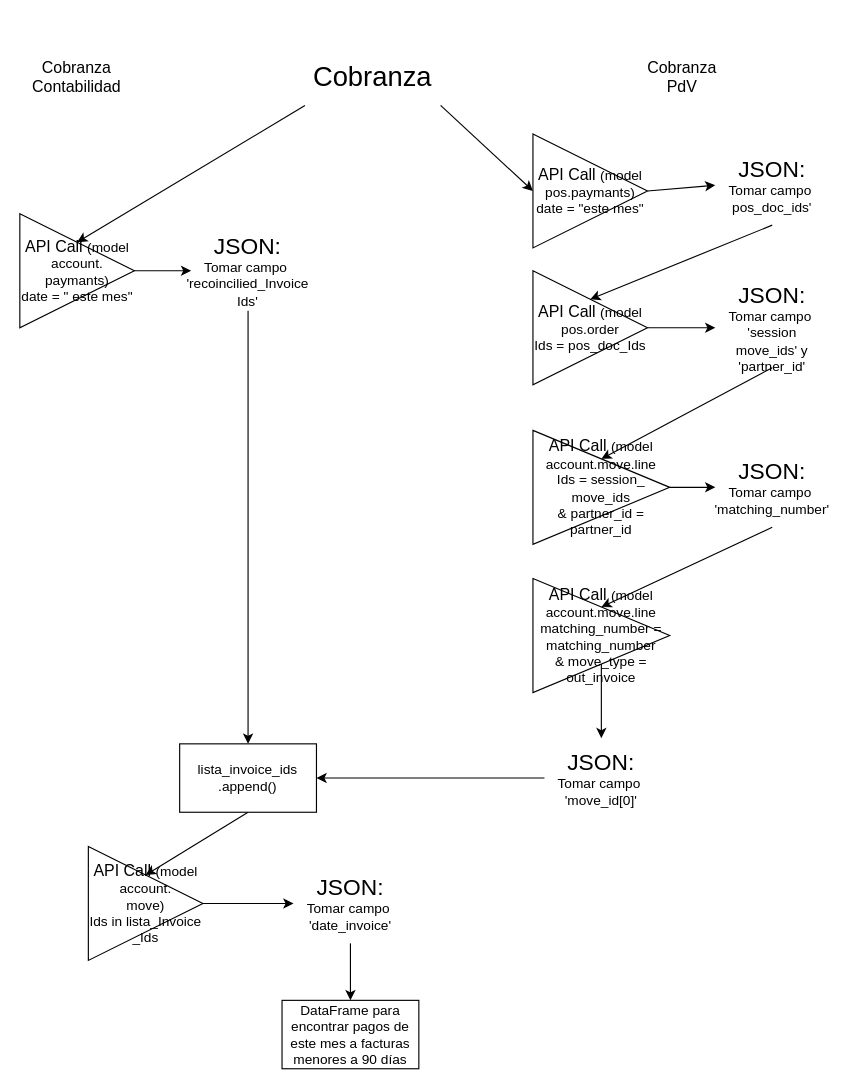
The draw.io diagram page "Cobranza" (3 of 3) of Algoritmo.drawio in ecostichp/odoo_comisiones, before the edit. Source tidied: cells renumbered, new cells numbered last; positions are measured from the earlier drawing's top-left corner, leaving out a move shared by most shapes. Both pictures are drawn from the tidied source at 114%, with x=0, y=0 at pixel (19, 19).
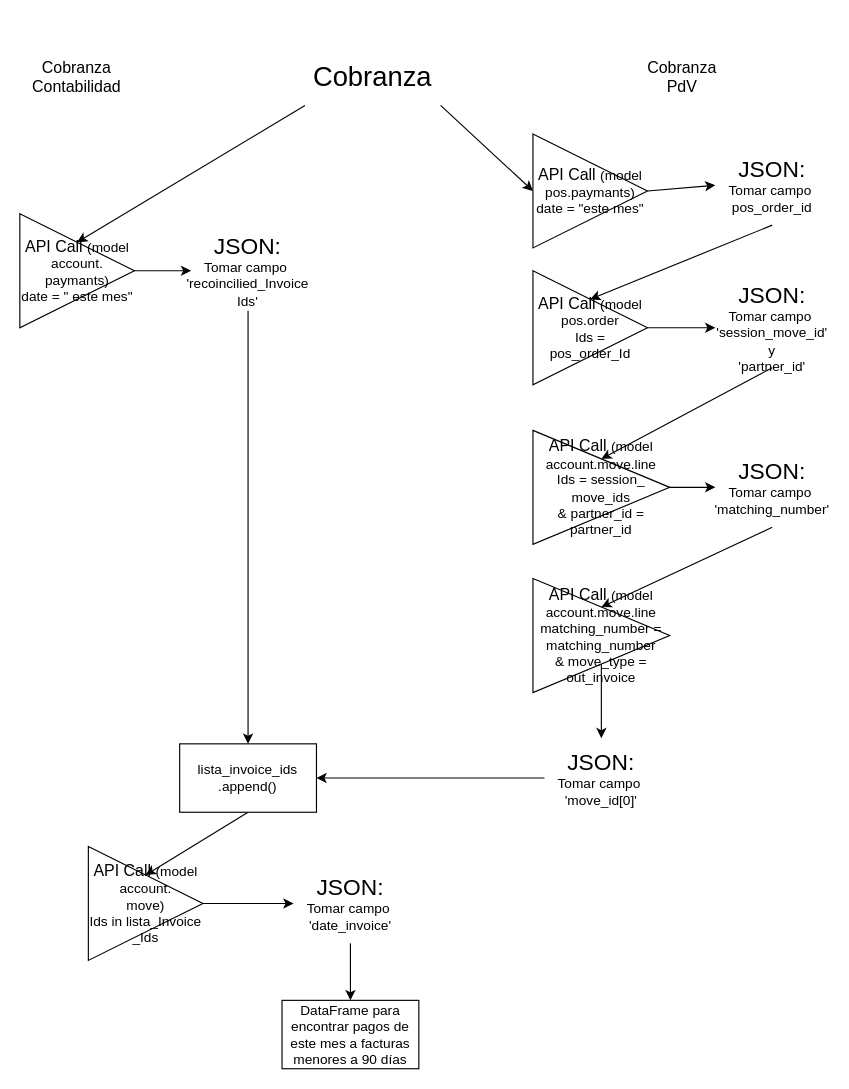
After the change.

The edit, as a diff of the source:
```diff
@@
-    <mxCell id="11" value="&lt;font style=&quot;font-size: 14px;&quot;&gt;API Call&amp;nbsp;&lt;/font&gt;(model pos.order&lt;br&gt;Ids = pos_doc_Ids" style="triangle;whiteSpace=wrap;html=1;fontSize=12;" parent="1" vertex="1">
+    <mxCell id="11" value="&lt;font style=&quot;font-size: 14px;&quot;&gt;API Call&amp;nbsp;&lt;/font&gt;(model pos.order&lt;br&gt;Ids = pos_order_Id" style="triangle;whiteSpace=wrap;html=1;fontSize=12;" parent="1" vertex="1">
       <mxGeometry x="450" y="220" width="100.5" height="100" as="geometry" />
     </mxCell>
@@
-    <mxCell id="19" value="&lt;font style=&quot;&quot;&gt;&lt;span style=&quot;font-size: 20px;&quot;&gt;JSON:&lt;/span&gt;&lt;br&gt;&lt;font style=&quot;font-size: 12px;&quot;&gt;Tomar campo&amp;nbsp; pos_doc_ids'&lt;/font&gt;&lt;br&gt;&lt;/font&gt;" style="text;html=1;strokeColor=none;fillColor=none;align=center;verticalAlign=middle;whiteSpace=wrap;rounded=0;" parent="1" vertex="1">
+    <mxCell id="19" value="&lt;font style=&quot;&quot;&gt;&lt;span style=&quot;font-size: 20px;&quot;&gt;JSON:&lt;/span&gt;&lt;br&gt;&lt;font style=&quot;font-size: 12px;&quot;&gt;Tomar campo&amp;nbsp; pos_order_id&lt;/font&gt;&lt;br&gt;&lt;/font&gt;" style="text;html=1;strokeColor=none;fillColor=none;align=center;verticalAlign=middle;whiteSpace=wrap;rounded=0;" parent="1" vertex="1">
       <mxGeometry x="610" y="110" width="99.8" height="70" as="geometry" />
     </mxCell>
@@
-    <mxCell id="24" value="&lt;font style=&quot;&quot;&gt;&lt;span style=&quot;font-size: 20px;&quot;&gt;JSON:&lt;/span&gt;&lt;br&gt;&lt;font style=&quot;font-size: 12px;&quot;&gt;Tomar campo&amp;nbsp; 'session move_ids' y&lt;br&gt;&lt;/font&gt;'partner_id'&lt;br&gt;&lt;/font&gt;" style="text;html=1;strokeColor=none;fillColor=none;align=center;verticalAlign=middle;whiteSpace=wrap;rounded=0;" parent="1" vertex="1">
+    <mxCell id="24" value="&lt;font style=&quot;&quot;&gt;&lt;span style=&quot;font-size: 20px;&quot;&gt;JSON:&lt;/span&gt;&lt;br&gt;&lt;font style=&quot;font-size: 12px;&quot;&gt;Tomar campo&amp;nbsp; 'session_move_id' y&lt;br&gt;&lt;/font&gt;'partner_id'&lt;br&gt;&lt;/font&gt;" style="text;html=1;strokeColor=none;fillColor=none;align=center;verticalAlign=middle;whiteSpace=wrap;rounded=0;" parent="1" vertex="1">
       <mxGeometry x="610" y="235" width="99.8" height="70" as="geometry" />
     </mxCell>
```
